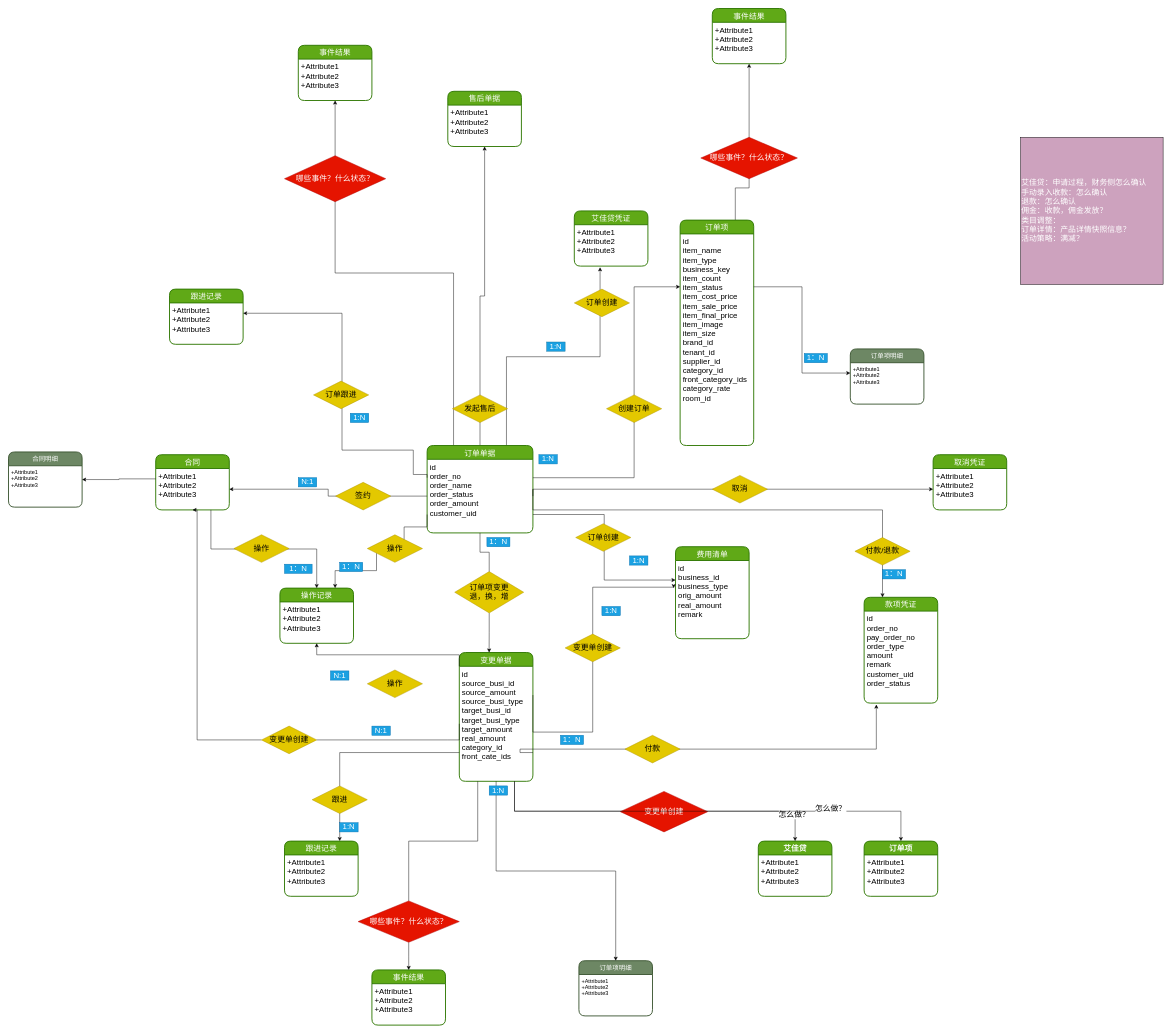
The draw.io diagram 平台2.0/艾佳2.0订单领域实体设计.drawio in Msimplehub/abbysun, before the edit. Source tidied: cells renumbered, new cells numbered last; positions are measured from the earlier drawing's top-left corner, leaving out a move shared by most shapes. Both pictures are drawn from the tidied source at 46%, with x=0, y=0 at pixel (8, 8).
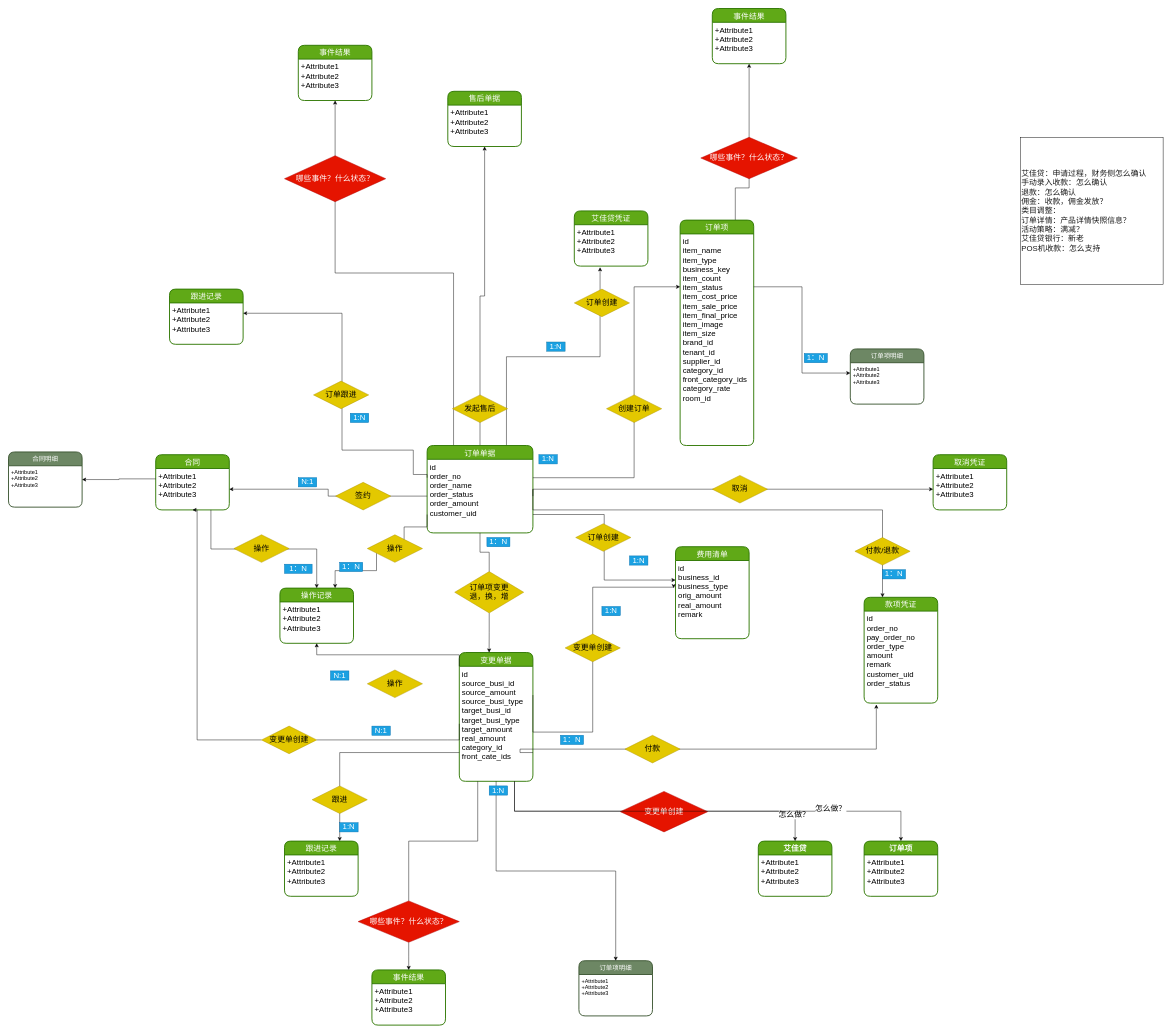
The same diagram, later.

Commit message (it also covers changes not shown here):
更新艾佳2.0订单领域实体设计.drawio

The edit, as a diff of the source:
```diff
@@
-    <mxCell id="106" value="艾佳贷：申请过程，财务侧怎么确认&lt;br&gt;手动录入收款：怎么确认&lt;br&gt;退款：怎么确认&lt;br&gt;佣金：收款，佣金发放？&lt;br&gt;类目调整：&lt;br&gt;订单详情：产品详情快照信息？&lt;br&gt;活动策略：满减？" style="whiteSpace=wrap;html=1;fontSize=17;fontColor=#FFFFFF;align=left;fillColor=#CDA2BE;" parent="1" vertex="1">
+    <mxCell id="106" value="&lt;font color=&quot;#1a1a1a&quot;&gt;艾佳贷：申请过程，财务侧怎么确认&lt;br&gt;手动录入收款：怎么确认&lt;br&gt;退款：怎么确认&lt;br&gt;佣金：收款，佣金发放？&lt;br&gt;类目调整：&lt;br&gt;订单详情：产品详情快照信息？&lt;br&gt;活动策略：满减？&lt;br&gt;艾佳贷银行：新老&lt;br&gt;POS机收款：怎么支持&lt;br&gt;&lt;/font&gt;" style="whiteSpace=wrap;html=1;fontSize=17;fontColor=#FFFFFF;align=left;fillColor=#FFFFFF;" parent="1" vertex="1">
       <mxGeometry x="2200" y="280" width="310" height="320" as="geometry" />
     </mxCell>
```
